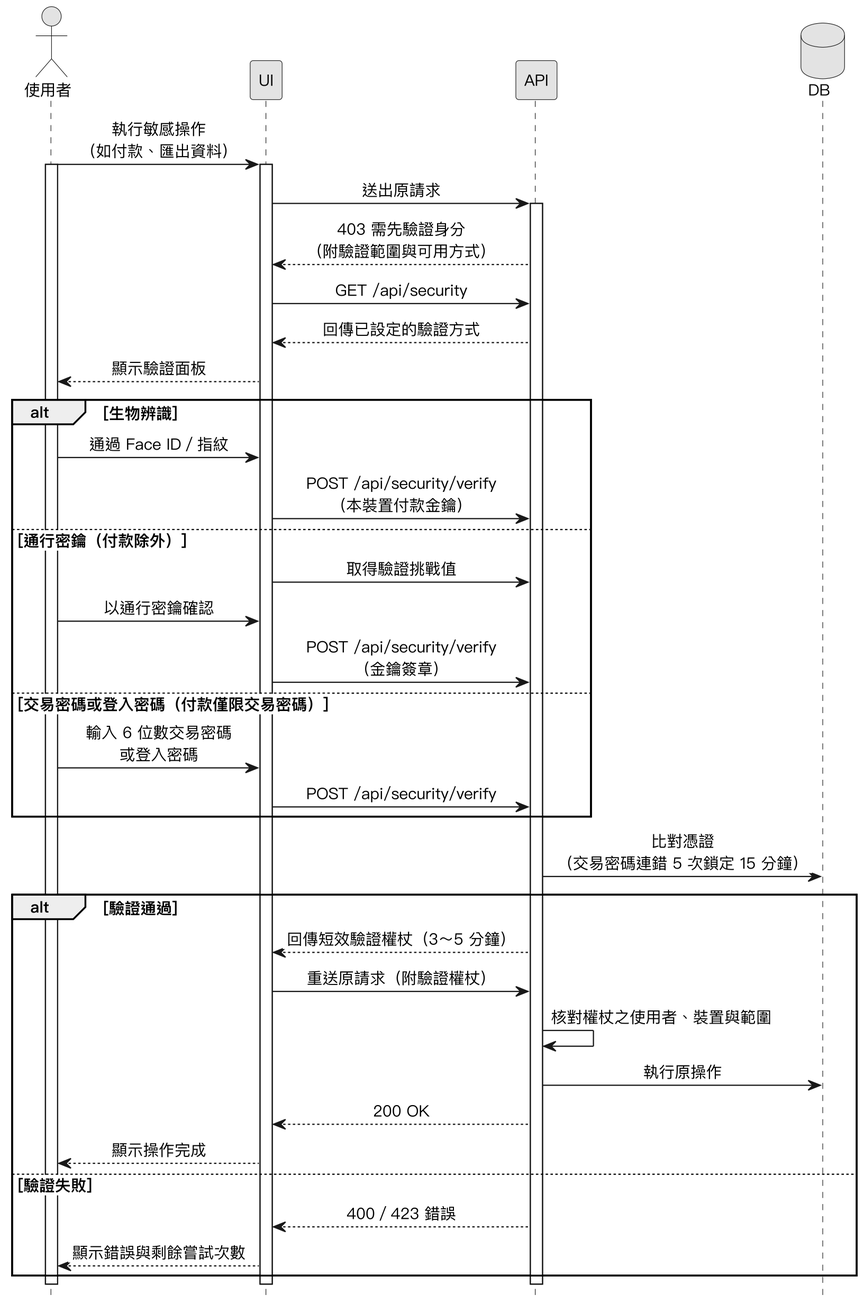
Before: Diagrams/Sequence Diagrams/v3/seq_verification.png, a diagram exported from PlantUML (SaveMyBook/SaveMyBook).
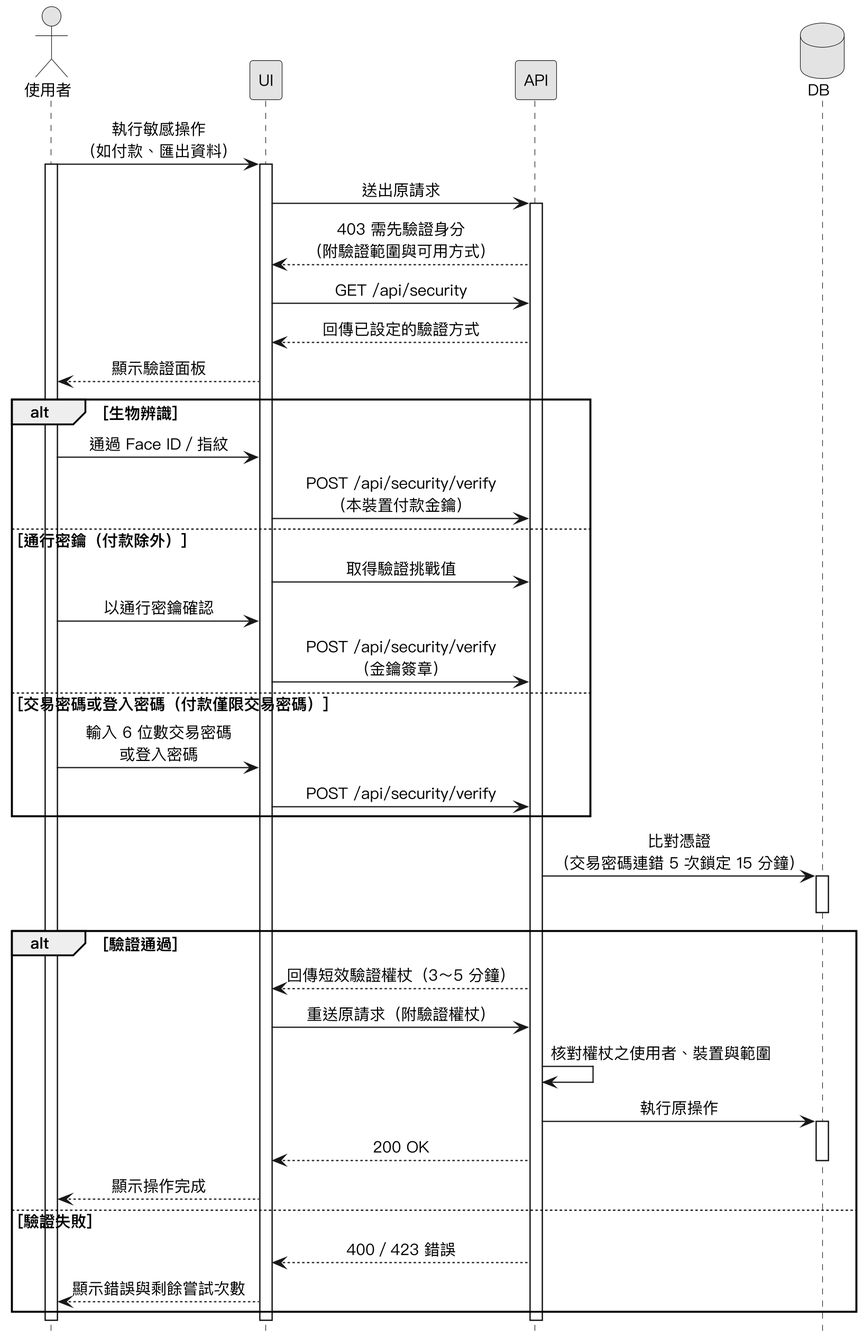
Above is the later version.

What changed in the source:
```diff
@@ -35,13 +35,16 @@
   UI -> API : POST /api/security/verify
 end
 
-API -> DB : 比對憑證\n（交易密碼連錯 5 次鎖定 15 分鐘）
+API -> DB ++ : 比對憑證\n（交易密碼連錯 5 次鎖定 15 分鐘）
+deactivate DB
 alt 驗證通過
   API --> UI : 回傳短效驗證權杖（3～5 分鐘）
   UI -> API : 重送原請求（附驗證權杖）
   API -> API : 核對權杖之使用者、裝置與範圍
   API -> DB : 執行原操作
+  activate DB
   API --> UI : 200 OK
+  deactivate DB
   UI --> 使用者 : 顯示操作完成
 else 驗證失敗
   API --> UI : 400／423 錯誤
```
